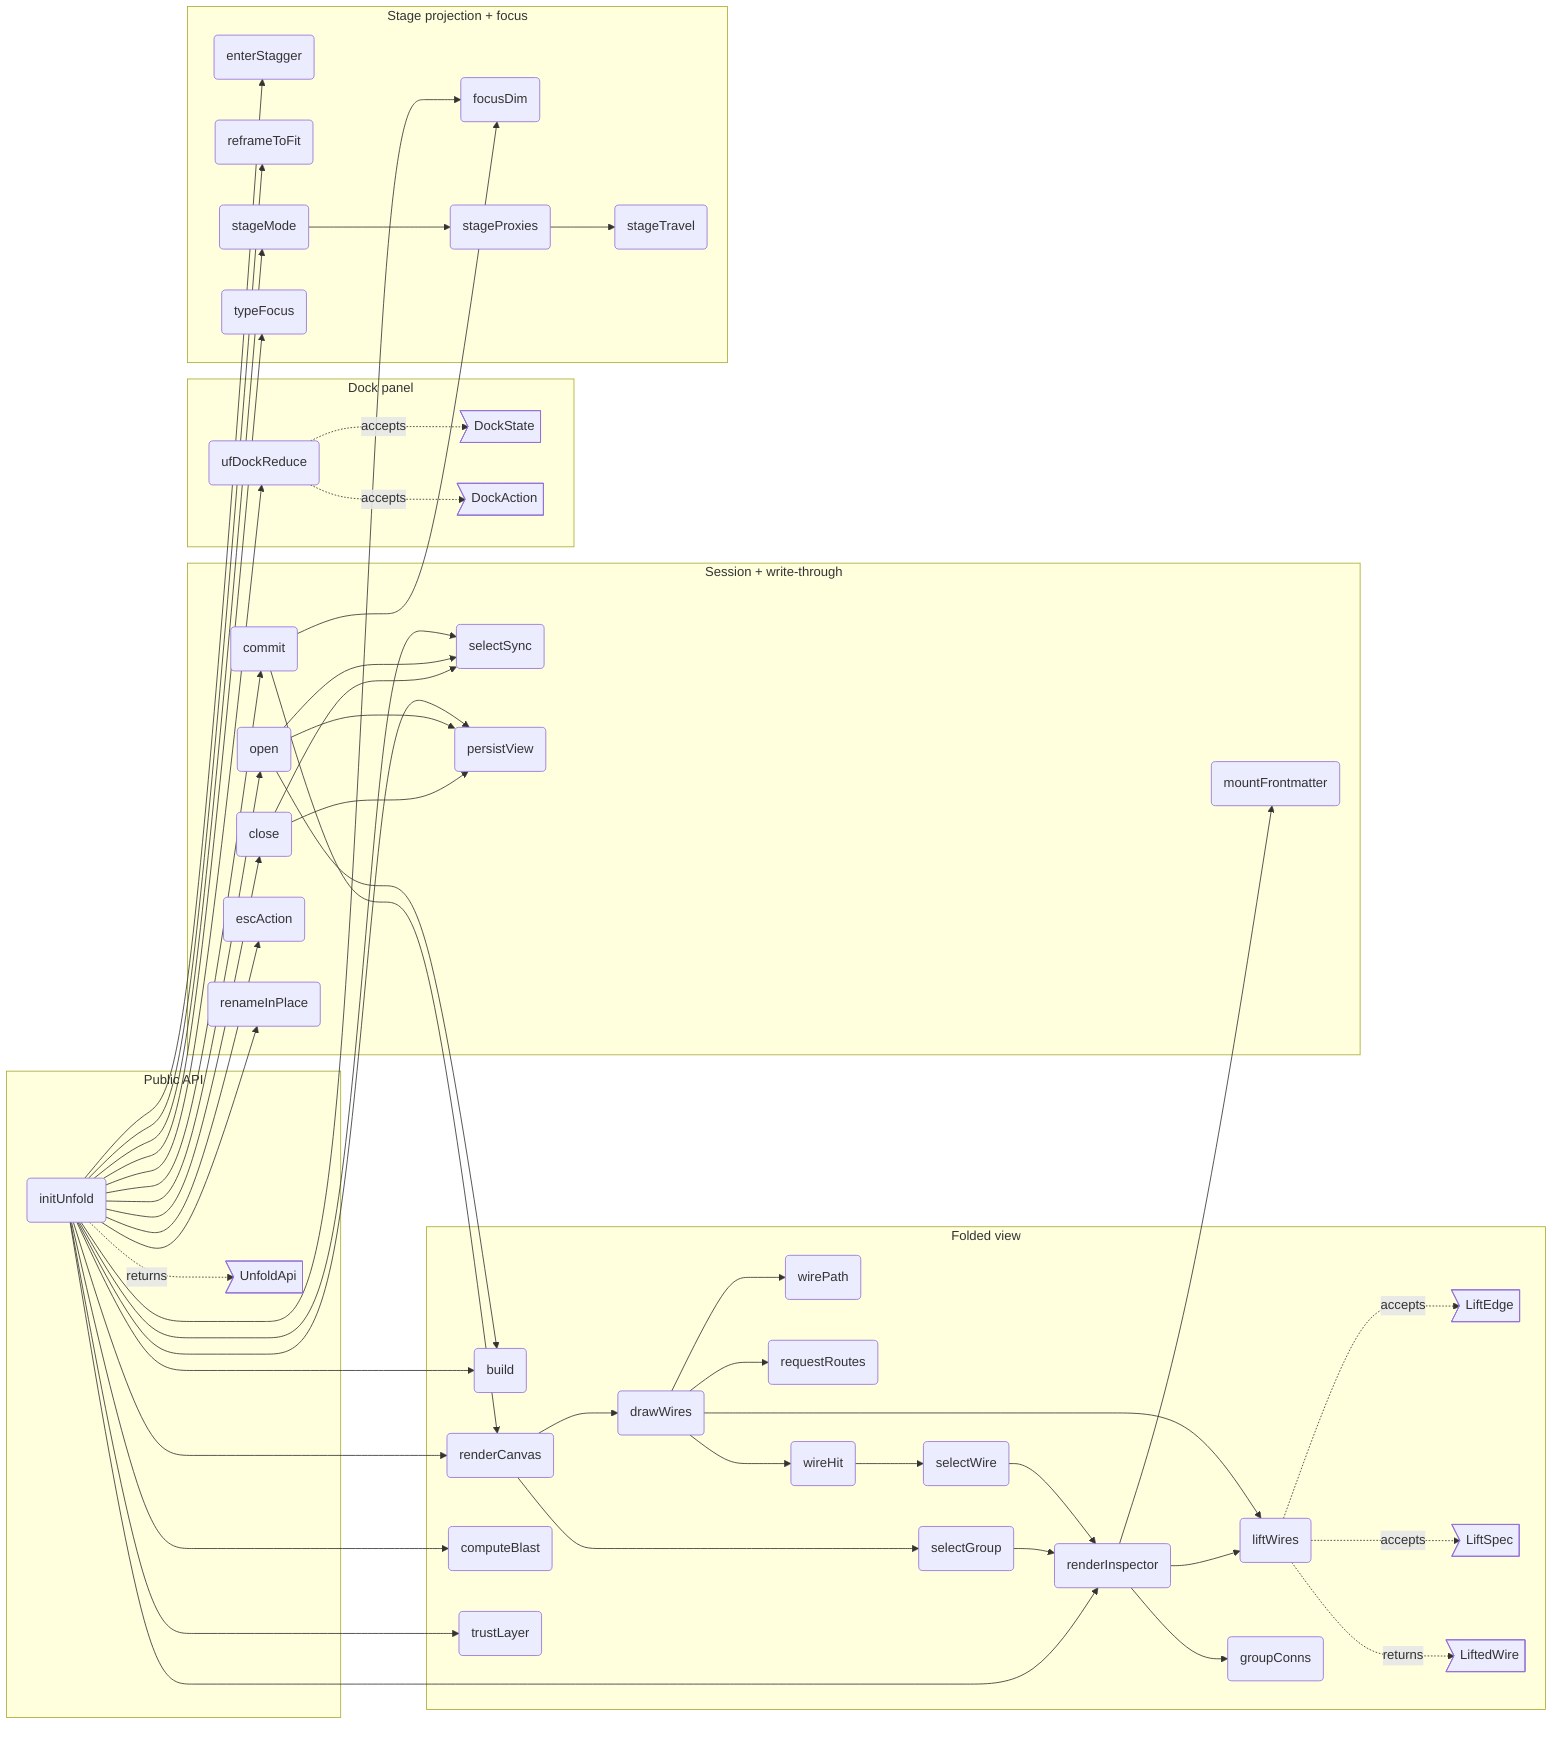
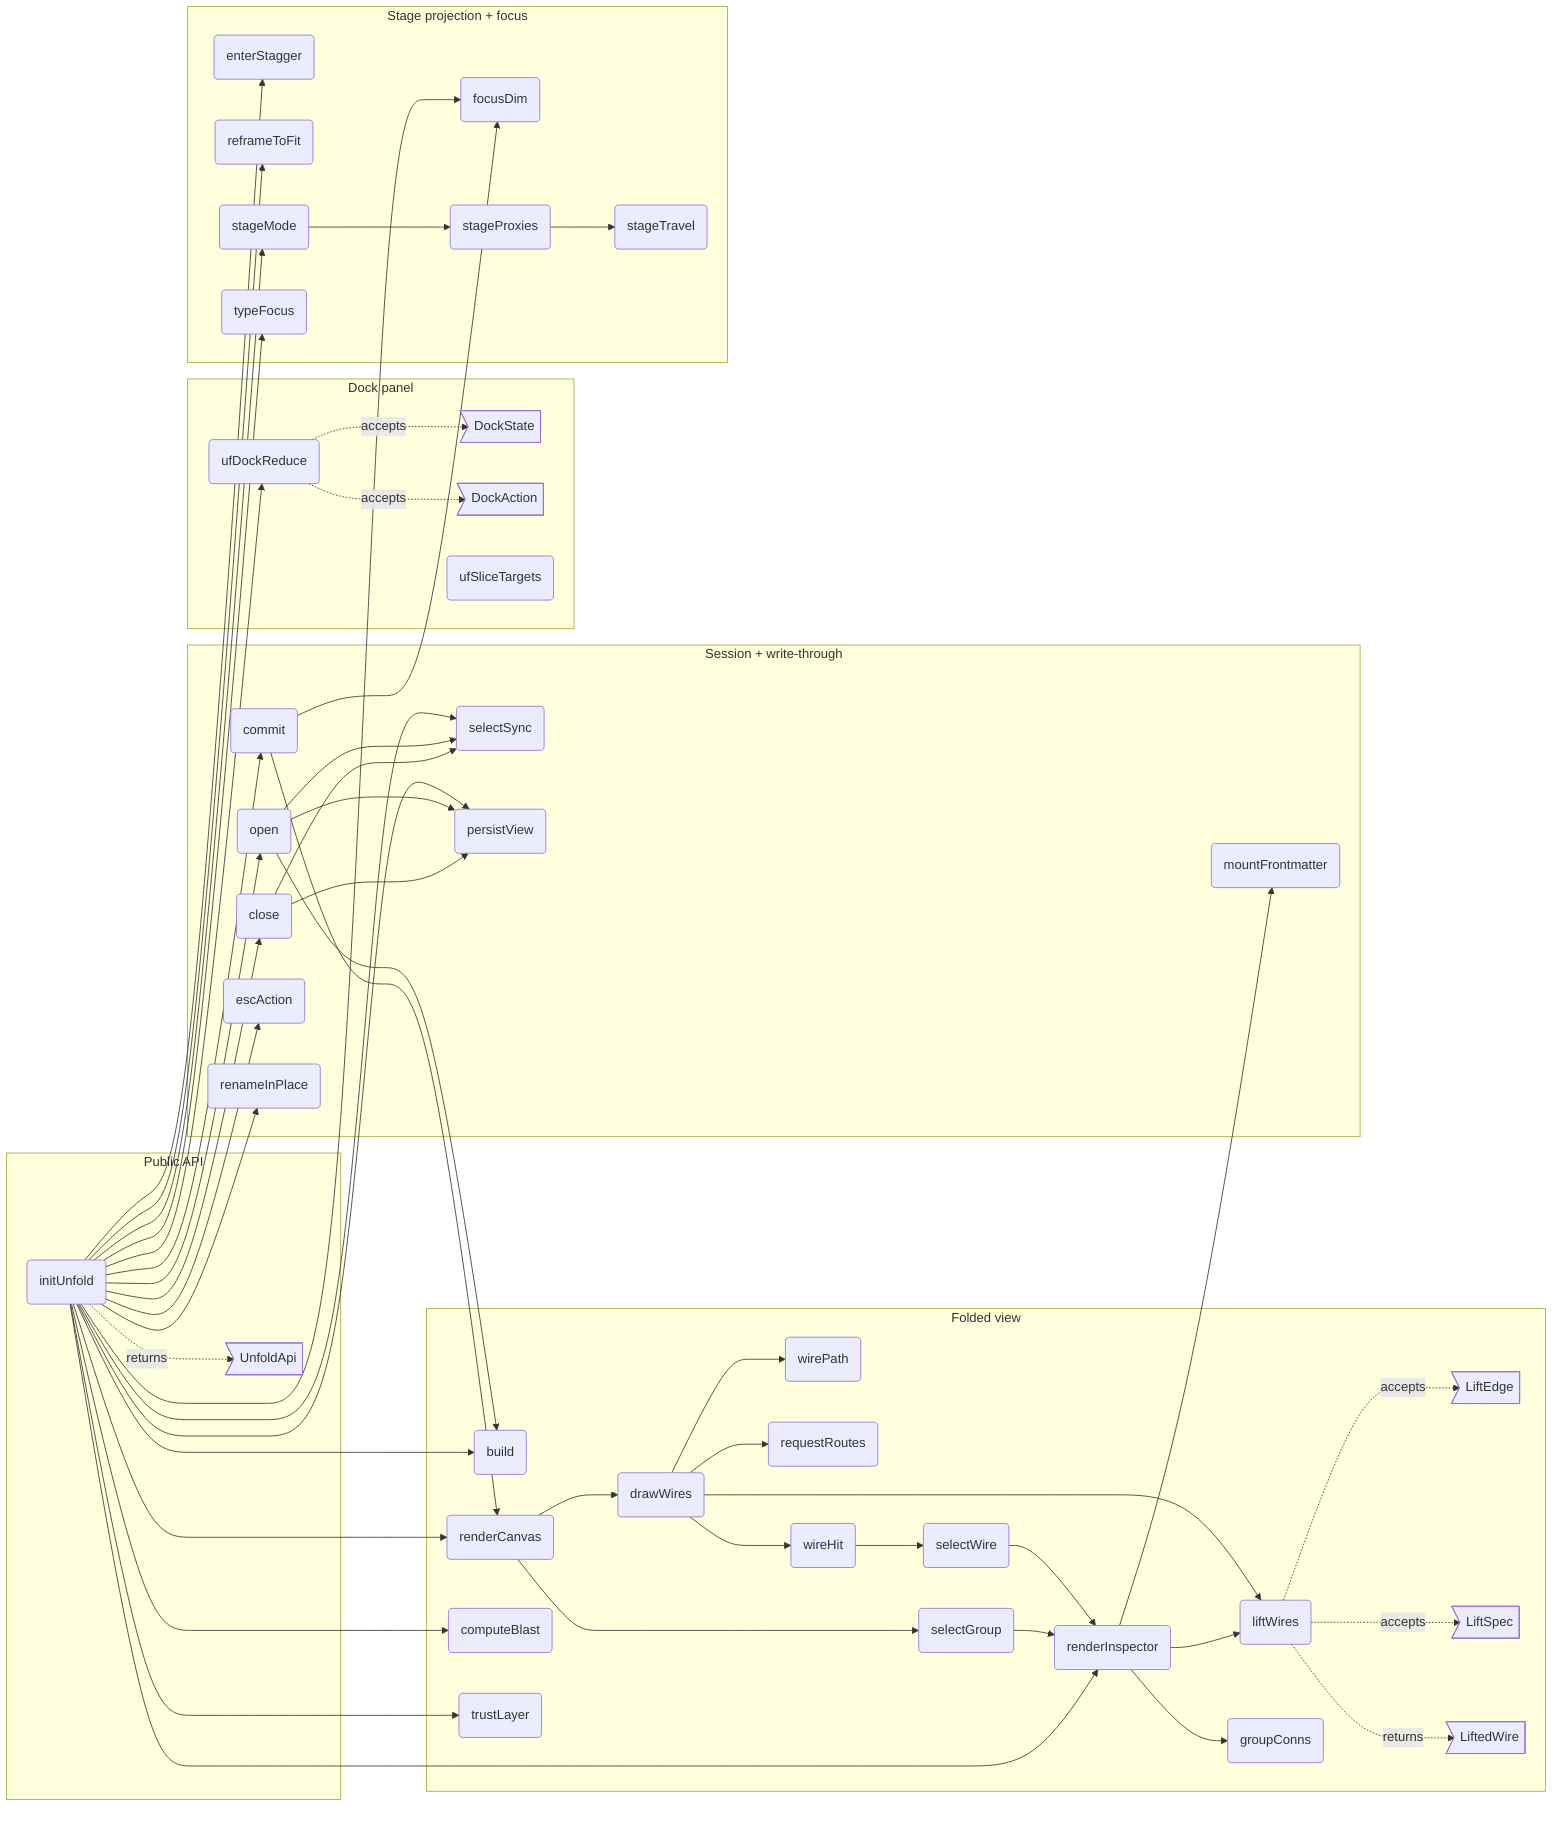
flowchart LR
%% root unfold

%% src UnfoldApi src/panel/unfold.ts#UnfoldApi
%% kind UnfoldApi type
%% fm:meta UnfoldApi name=UnfoldApi
%% fm:meta UnfoldApi desc=public surface: open, close, toggle

%% src initUnfold src/panel/unfold.ts#initUnfold
%% kind initUnfold function
%% fm:meta initUnfold name=initUnfold
%% fm:meta initUnfold desc=build the primary surface (own DOM + own CSS, the planner isolation pattern) bound to ctx; reads ctx.state + ctx.bodies, writes only through the shared hooks path; the dock carries a temporary legacy-compare affordance instead of a ✕ (M4 correction); the panel is a real dock driven by the pure ufDockReduce — tabs (reveal · io · mermaid) anchored at the reveal strip, chevron collapse to a slim rail, left-border drag resize, state persisted under unfold.dock
%% fm:meta initUnfold i0.name=initUnfold
%% fm:meta initUnfold i0.accepts=ctx: AppContext
%% fm:meta initUnfold i0.accepts=deps: { selection: SelectionApi; camera: CameraApi; files: FilesApi; mermaid: MermaidApi }
%% fm:meta initUnfold i0.returns=UnfoldApi

%% src ufBuild src/panel/unfold.ts#build
%% kind ufBuild function
%% fm:meta ufBuild name=build
%% fm:meta ufBuild desc=derive the folded units from ctx.state on every open: live parent wins, else the flowmap mod__rest drill convention; de-dup edges, fan-in
%% fm:meta ufBuild i0.name=build
%% fm:meta ufBuild i0.returns=void

%% src ufRenderCanvas src/panel/unfold.ts#renderCanvas
%% kind ufRenderCanvas function
%% fm:meta ufRenderCanvas name=renderCanvas
%% fm:meta ufRenderCanvas desc=render the containment roots as nested flex cards/groups; only expanded containers show their children
%% fm:meta ufRenderCanvas i0.name=renderCanvas
%% fm:meta ufRenderCanvas i0.returns=void

%% src ufDrawWires src/panel/unfold.ts#drawWires
%% kind ufDrawWires function
%% fm:meta ufDrawWires name=drawWires
%% fm:meta ufDrawWires desc=paint the pure lift decision (ufLiftWires): wires run between sibling anchors under their lowest common container so no wire crosses a foreign group box; concealed counts render as mid-path badges; arrowheads exist only on atomic reveals (selected leaf / exploded wire); hot wires keep the accent + flow grammar; weight ramp, hub fade and hit paths operate on the lifted set
%% fm:meta ufDrawWires i0.name=drawWires
%% fm:meta ufDrawWires i0.returns=void

%% src ufLiftWires src/panel/unfold-lift.ts#ufLiftWires
%% kind ufLiftWires function
%% fm:meta ufLiftWires name=liftWires
%% fm:meta ufLiftWires desc=pure wire-picture decision for the primary surface: every wire lifts to sibling anchors under the lowest common container (never crossing a foreign boundary), concealed endpoints counted for the badge; the lowest selected point sets the travel depth — a selected leaf reveals true wires (atomic, arrowed, hot), a selected container anchors its crossing wires at its own border (hot), a selected wire explodes into its underlying relations; opposite directions merge (weight-majority orientation) since arrowheads exist only on atomic reveals
%% fm:meta ufLiftWires i0.name=ufLiftWires
%% fm:meta ufLiftWires i0.accepts=edges: LiftEdge[]
%% fm:meta ufLiftWires i0.accepts=spec: LiftSpec
%% fm:meta ufLiftWires i0.returns=LiftedWire[]

%% src ufLiftEdge src/panel/unfold-lift.ts#LiftEdge
%% kind ufLiftEdge type
%% fm:meta ufLiftEdge name=LiftEdge
%% fm:meta ufLiftEdge desc=one deduped model edge as the lift decision sees it: endpoints, call/dep flags, weight, optional advisory mark

%% src ufLiftSpec src/panel/unfold-lift.ts#LiftSpec
%% kind ufLiftSpec type
%% fm:meta ufLiftSpec name=LiftSpec
%% fm:meta ufLiftSpec desc=the plain view slice the lift decision reads: containment parents, expanded/hidden, selection (node or container plus wire), wire layers

%% src ufLiftedWire src/panel/unfold-lift.ts#LiftedWire
%% kind ufLiftedWire type
%% fm:meta ufLiftedWire name=LiftedWire
%% fm:meta ufLiftedWire desc=one drawn wire: sibling anchors, summed weight, concealed endpoint count (the badge), atomic (arrowed reveal), hot (selection highlight), advisory, and the underlying model relations
+ 
+ %% src ufSliceTargets src/panel/unfold-slice.ts#ufSliceTargets
+ %% kind ufSliceTargets function
+ %% fm:meta ufSliceTargets name=ufSliceTargets
+ %% fm:meta ufSliceTargets desc=pure mapping from unfold's selection shape to slice target ids: a non-empty selected card/group id wins → [sel]; else a selected wire → its two endpoints deduplicated for a self-loop; else [] meaning full diagram (the legacy no-selection contract); an empty-string sel counts as no selection
+ %% fm:meta ufSliceTargets i0.name=ufSliceTargets
+ %% fm:meta ufSliceTargets i0.accepts=sel: string | null
+ %% fm:meta ufSliceTargets i0.accepts=wire: { a: string; b: string } | null
+ %% fm:meta ufSliceTargets i0.returns=string[]

%% src ufDockReduce src/panel/unfold-dock.ts#ufDockReduce
%% kind ufDockReduce function
%% fm:meta ufDockReduce name=ufDockReduce
%% fm:meta ufDockReduce desc=pure dock-state reducer for the primary surface's panel: DockState { tab, collapsed, width } advances only through actions — setTab selects a known tab and always expands a collapsed panel (unknown or already-active tabs are no-ops), toggleCollapse flips collapsed preserving tab and width, resize rounds and clamps width to [240, 580] and is a no-op while collapsed, load normalizes a persisted raw value falling back per-field to first-tab / expanded / 330; an empty tabs list makes every action a no-op
%% fm:meta ufDockReduce i0.name=ufDockReduce
%% fm:meta ufDockReduce i0.accepts=state: DockState
%% fm:meta ufDockReduce i0.accepts=action: DockAction
%% fm:meta ufDockReduce i0.accepts=tabs: string[]
%% fm:meta ufDockReduce i0.returns=DockState

%% src ufDockState src/panel/unfold-dock.ts#DockState
%% kind ufDockState type
%% fm:meta ufDockState name=DockState
%% fm:meta ufDockState desc=the panel chrome state: active tab, collapsed flag, width in px — the only dock state, persisted whole under unfold.dock

%% src ufDockAction src/panel/unfold-dock.ts#DockAction
%% kind ufDockAction type
%% fm:meta ufDockAction name=DockAction
%% fm:meta ufDockAction desc=discriminated dock action: setTab, toggleCollapse, resize, or load (normalize a persisted raw value)

%% src ufComputeBlast src/panel/unfold.ts#computeBlast
%% kind ufComputeBlast function
%% fm:meta ufComputeBlast name=computeBlast
%% fm:meta ufComputeBlast desc=reverse-BFS the transitive dependents of the selection and map them to visible cards with min hop distance
%% fm:meta ufComputeBlast i0.name=computeBlast
%% fm:meta ufComputeBlast i0.returns=void

%% src ufRenderInspector src/panel/unfold.ts#renderInspector
%% kind ufRenderInspector function
%% fm:meta ufRenderInspector name=renderInspector
%% fm:meta ufRenderInspector desc=empty until selection; then kind, crumbs, desc, interfaces, blast count, connections, and the real source body from ctx.bodies — a selected wire resolves its endpoints and underlying relations through the same pure lift decision the painter draws (ufLiftWires), so the two surfaces cannot disagree
%% fm:meta ufRenderInspector i0.name=renderInspector
%% fm:meta ufRenderInspector i0.returns=void

%% src ufEnterStagger src/panel/unfold.ts#enterStagger
%% kind ufEnterStagger function
%% fm:meta ufEnterStagger name=enterStagger
%% fm:meta ufEnterStagger desc=staggered fade-up entrance for newly-revealed cards (~55ms stagger, ~650ms expo ease); wires draw themselves in only after their cards land
%% fm:meta ufEnterStagger i0.name=enterStagger
%% fm:meta ufEnterStagger i0.returns=void

%% src ufFocusDim src/panel/unfold.ts#focusDim
%% kind ufFocusDim function
%% fm:meta ufFocusDim name=focusDim
%% fm:meta ufFocusDim desc=focus illumination without rebuild: selection glows, 1-hop neighbours stay lit, its wires carry the flow animation, everything else dims
%% fm:meta ufFocusDim i0.name=focusDim
%% fm:meta ufFocusDim i0.returns=void

%% src ufReframe src/panel/unfold.ts#reframeToFit
%% kind ufReframe function
%% fm:meta ufReframe name=reframeToFit
%% fm:meta ufReframe desc=after every structural change the world transform-scales so all visible content fits, animated ~900ms expo ease — the canvas breathes instead of demanding travel
%% fm:meta ufReframe i0.name=reframeToFit
%% fm:meta ufReframe i0.returns=void

%% src ufStageMode src/panel/unfold.ts#stageMode
%% kind ufStageMode function
%% fm:meta ufStageMode name=stageMode
%% fm:meta ufStageMode desc=second projection of the same graph: the focused group renders center-stage at readable size while the explore world blurs and fades behind; exit restores explore state exactly
%% fm:meta ufStageMode i0.name=stageMode
%% fm:meta ufStageMode i0.accepts=gid: string | null
%% fm:meta ufStageMode i0.returns=void

%% src ufProxies src/panel/unfold.ts#stageProxies
%% kind ufProxies function
%% fm:meta ufProxies name=stageProxies
%% fm:meta ufProxies desc=external edges aggregate per target container into pill proxies on a ring; each pill's angle is the TRUE angle between group centroids in ctx.state positions
%% fm:meta ufProxies i0.name=stageProxies
%% fm:meta ufProxies i0.returns=void

%% src ufTravel src/panel/unfold.ts#stageTravel
%% kind ufTravel function
%% fm:meta ufTravel name=stageTravel
%% fm:meta ufTravel desc=peek then travel: the target group slides onto stage FROM its direction; the origin becomes a reciprocal-direction proxy automatically since both derive from the same centroids
%% fm:meta ufTravel i0.name=stageTravel
%% fm:meta ufTravel i0.accepts=target: string
%% fm:meta ufTravel i0.accepts=fromAngle: number
%% fm:meta ufTravel i0.returns=void

%% src ufTypeFocus src/panel/unfold.ts#typeFocus
%% kind ufTypeFocus function
%% fm:meta ufTypeFocus name=typeFocus
%% fm:meta ufTypeFocus desc=click a type in a frontmatter card and every module whose interface carries that type lights across the surface; the inspector lists the carriers, derived from ctx.state
%% fm:meta ufTypeFocus i0.name=typeFocus
%% fm:meta ufTypeFocus i0.accepts=t: string | null
%% fm:meta ufTypeFocus i0.returns=void

%% src ufCommit src/panel/unfold.ts#commit
%% kind ufCommit function
%% fm:meta ufCommit name=commit
%% fm:meta ufCommit desc=the ONLY view-mutation entry (M3): apply the pure reduceView to the spec, install the result frozen, then paint the per-action render subset — no handler touches view state or the DOM directly
%% fm:meta ufCommit i0.name=commit
%% fm:meta ufCommit i0.accepts=a: ViewAction
%% fm:meta ufCommit i0.returns=void

%% src ufSelectSync src/panel/unfold.ts#selectSync
%% kind ufSelectSync function
%% fm:meta ufSelectSync name=selectSync
%% fm:meta ufSelectSync desc=selection survives the mode boundary: seed SEL from the editor selection on open; hand the reading selection back (selectOnly + zoomToNode via deps) on close — no new state, one shared selection
%% fm:meta ufSelectSync i0.name=selectSync
%% fm:meta ufSelectSync i0.accepts=dir: 'open' | 'close'
%% fm:meta ufSelectSync i0.returns=void

%% src ufPersistView src/panel/unfold.ts#persistView
%% kind ufPersistView function
%% fm:meta ufPersistView name=persistView
%% fm:meta ufPersistView desc=the reading session persists per diagram (sorted containment roots as identity) as the full v1 ViewSpec; load goes through normalizeViewSpec and applies the durable trio (expanded/hidden/layers) — a pre-M3 stored entry is a valid subset, migration is branch-free
%% fm:meta ufPersistView i0.name=persistView
%% fm:meta ufPersistView i0.accepts=dir: 'save' | 'load'
%% fm:meta ufPersistView i0.returns=void

%% src ufOpen src/panel/unfold.ts#open
%% kind ufOpen function
%% fm:meta ufOpen name=open
%% fm:meta ufOpen desc=enter the primary surface: rebuild units from ctx.state, restore the per-diagram ViewSpec, sync selection in, show the overlay — no surface choice is recorded, unfold is home (M4 correction)
%% fm:meta ufOpen i0.name=open
%% fm:meta ufOpen i0.returns=void

%% src ufClose src/panel/unfold.ts#close
%% kind ufClose function
%% fm:meta ufClose name=close
%% fm:meta ufClose desc=leave unfold for the legacy-compare view (temporary, until M5 parity deletes the canvas): save the ViewSpec, hand the selection back, hide the overlay — invoked ONLY by the explicit compare affordance; no surface choice is recorded, no ✕ and no Esc route here (M4 correction)
%% fm:meta ufClose i0.name=close
%% fm:meta ufClose i0.returns=void

%% src ufEscAction src/panel/unfold-esc.ts#ufEscAction
%% kind ufEscAction function
%% fm:meta ufEscAction name=escAction
%% fm:meta ufEscAction desc=pure Esc-chain decision for the primary surface: priority order focusType > selWire > stage > sel > query, and 'none' at the bottom — Escape never exits unfold (the old close() branch is gone by design, M4 correction)
%% fm:meta ufEscAction i0.name=ufEscAction
%% fm:meta ufEscAction i0.accepts=s: { focusType: boolean; selWire: boolean; stage: boolean; sel: boolean; query: boolean }
%% fm:meta ufEscAction i0.returns='clearTypeFocus' | 'deselectWire' | 'exitStage' | 'selectGroup' | 'clearQuery' | 'none'

%% src ufTrustLayer src/panel/unfold.ts#trustLayer
%% kind ufTrustLayer function
%% fm:meta ufTrustLayer name=trustLayer
%% fm:meta ufTrustLayer desc=trust layer with an OPTIONAL advisory source: same-origin edge-advisory-allowlist.txt when present, a Load button otherwise; absent source = layer disabled, never wrong — advisory edges dash amber, advisory descs are marked
%% fm:meta ufTrustLayer i0.name=trustLayer
%% fm:meta ufTrustLayer i0.returns=void

%% src ufWirePath src/panel/unfold.ts#wirePath
%% kind ufWirePath function
%% fm:meta ufWirePath name=wirePath
%% fm:meta ufWirePath desc=one wire geometry, not two: reading-mode wires from the app's real port-side geometry (core/state portPos + bestSides) and the render/wires elbow path — replaces the local orthoPath
%% fm:meta ufWirePath i0.name=wirePath
%% fm:meta ufWirePath i0.accepts=a: Box
%% fm:meta ufWirePath i0.accepts=b: Box
%% fm:meta ufWirePath i0.returns=string

%% src ufRequestRoutes src/panel/unfold.ts#requestRoutes
%% kind ufRequestRoutes function
%% fm:meta ufRequestRoutes name=requestRoutes
%% fm:meta ufRequestRoutes desc=obstacle-avoided routes for the lifted wire picture via the shared libavoid worker (render/avoidRouter routeGraph), one call per containment scope: sibling cards AND group boxes are the obstacles for that scope's lifted wires, while atomic reveals route against cards only; elbows paint first, routed polylines upgrade in place; a layout signature drops stale replies
%% fm:meta ufRequestRoutes i0.name=requestRoutes
%% fm:meta ufRequestRoutes i0.accepts=pos: Record<string, Box>
%% fm:meta ufRequestRoutes i0.accepts=wires: LiftedWire[]
%% fm:meta ufRequestRoutes i0.returns=void

%% src ufSelectWire src/panel/unfold.ts#selectWire
%% kind ufSelectWire function
%% fm:meta ufSelectWire name=selectWire
%% fm:meta ufSelectWire desc=a wire is a first-class selectable (legacy-editor parity): select an aggregated wire by its rendered rep pair, clearing node/type focus; re-click deselects; the inspector shows endpoints, kind, weight and every underlying model relation
%% fm:meta ufSelectWire i0.name=selectWire
%% fm:meta ufSelectWire i0.accepts=a: string
%% fm:meta ufSelectWire i0.accepts=b: string
%% fm:meta ufSelectWire i0.returns=void

%% src ufWireHit src/panel/unfold.ts#wireHit
%% kind ufWireHit function
%% fm:meta ufWireHit name=wireHit
%% fm:meta ufWireHit desc=append an invisible wide hit path over a drawn wire in either projection: click selects the wire, hover pre-lights it — excluded from stage panning so pointer capture never eats the click
%% fm:meta ufWireHit i0.name=wireHit
%% fm:meta ufWireHit i0.accepts=vis: SVGPathElement
%% fm:meta ufWireHit i0.accepts=d: string
%% fm:meta ufWireHit i0.accepts=a: string
%% fm:meta ufWireHit i0.accepts=b: string
%% fm:meta ufWireHit i0.accepts=host: SVGSVGElement
%% fm:meta ufWireHit i0.returns=void

%% src ufSelectGroup src/panel/unfold.ts#selectGroup
%% kind ufSelectGroup function
%% fm:meta ufSelectGroup name=selectGroup
%% fm:meta ufSelectGroup desc=a group is a first-class selectable (U6): select + inspect, never stage (U8 deferred) — clears wire/type focus, relights, re-renders tree + inspector in either projection
%% fm:meta ufSelectGroup i0.name=selectGroup
%% fm:meta ufSelectGroup i0.accepts=id: string
%% fm:meta ufSelectGroup i0.returns=void

%% src ufGroupConns src/panel/unfold.ts#groupConns
%% kind ufGroupConns function
%% fm:meta ufGroupConns name=groupConns
%% fm:meta ufGroupConns desc=external connections of a container: every edge with exactly one endpoint inside the subtree, aggregated to the coarsest foreign container and weight-summed — the same aggregation grammar as the stage pills
%% fm:meta ufGroupConns i0.name=groupConns
%% fm:meta ufGroupConns i0.accepts=id: string
%% fm:meta ufGroupConns i0.returns={ uses: [string, number][]; usedBy: [string, number][] }

%% src ufRenameInPlace src/panel/unfold.ts#renameInPlace
%% kind ufRenameInPlace function
%% fm:meta ufRenameInPlace name=renameInPlace
%% fm:meta ufRenameInPlace desc=inline rename on the selected card (Enter / double-click on selected), writing through the existing model path — mutate ctx.state then hooks render + sync + pushHistory + persist, never a private write path
%% fm:meta ufRenameInPlace i0.name=renameInPlace
%% fm:meta ufRenameInPlace i0.accepts=id: string
%% fm:meta ufRenameInPlace i0.returns=void

%% src ufMountFrontmatter src/panel/unfold.ts#mountFrontmatter
%% kind ufMountFrontmatter function
%% fm:meta ufMountFrontmatter name=mountFrontmatter
%% fm:meta ufMountFrontmatter desc=mount the app's frontmatter editor (panel/inspector-frontmatter) for the selected node inside the reading inspector — the same hooks write path as renameInPlace; commits re-derive the folded view
%% fm:meta ufMountFrontmatter i0.name=mountFrontmatter
%% fm:meta ufMountFrontmatter i0.accepts=host: HTMLElement
%% fm:meta ufMountFrontmatter i0.accepts=id: string
%% fm:meta ufMountFrontmatter i0.returns=void

%% parent uf_api unfold
%% parent uf_view unfold
%% parent uf_stage unfold
%% parent uf_session unfold
%% parent uf_dock unfold

  subgraph uf_api ["Public API"]
    initUnfold("initUnfold")
    UnfoldApi>"UnfoldApi"]
  end
  subgraph uf_dock ["Dock panel"]
    ufDockReduce("ufDockReduce")
    ufDockState>"DockState"]
    ufDockAction>"DockAction"]
+     ufSliceTargets("ufSliceTargets")
  end
  subgraph uf_view ["Folded view"]
    ufBuild("build")
    ufRenderCanvas("renderCanvas")
    ufDrawWires("drawWires")
    ufLiftWires("liftWires")
    ufLiftEdge>"LiftEdge"]
    ufLiftSpec>"LiftSpec"]
    ufLiftedWire>"LiftedWire"]
    ufWirePath("wirePath")
    ufRequestRoutes("requestRoutes")
    ufWireHit("wireHit")
    ufSelectWire("selectWire")
    ufSelectGroup("selectGroup")
    ufGroupConns("groupConns")
    ufComputeBlast("computeBlast")
    ufRenderInspector("renderInspector")
    ufTrustLayer("trustLayer")
  end
  subgraph uf_session ["Session + write-through"]
    ufCommit("commit")
    ufOpen("open")
    ufClose("close")
    ufEscAction("escAction")
    ufSelectSync("selectSync")
    ufPersistView("persistView")
    ufRenameInPlace("renameInPlace")
    ufMountFrontmatter("mountFrontmatter")
  end
  subgraph uf_stage ["Stage projection + focus"]
    ufEnterStagger("enterStagger")
    ufFocusDim("focusDim")
    ufReframe("reframeToFit")
    ufStageMode("stageMode")
    ufProxies("stageProxies")
    ufTravel("stageTravel")
    ufTypeFocus("typeFocus")
  end

  initUnfold -.->|returns| UnfoldApi
  initUnfold --> ufBuild
  initUnfold --> ufRenderCanvas
  ufRenderCanvas --> ufDrawWires
  ufDrawWires --> ufLiftWires
  ufLiftWires -.->|accepts| ufLiftEdge
  ufLiftWires -.->|accepts| ufLiftSpec
  ufLiftWires -.->|returns| ufLiftedWire
  ufDrawWires --> ufWirePath
  ufDrawWires --> ufRequestRoutes
  ufDrawWires --> ufWireHit
  ufWireHit --> ufSelectWire
  ufSelectWire --> ufRenderInspector
  ufRenderInspector --> ufLiftWires
  ufRenderCanvas --> ufSelectGroup
  ufSelectGroup --> ufRenderInspector
  ufRenderInspector --> ufGroupConns
  initUnfold --> ufComputeBlast
  initUnfold --> ufRenderInspector
  initUnfold --> ufTrustLayer
  initUnfold --> ufCommit
  ufCommit --> ufRenderCanvas
  ufCommit --> ufFocusDim
  initUnfold --> ufSelectSync
  initUnfold --> ufPersistView
  initUnfold --> ufOpen
  initUnfold --> ufClose
  ufOpen --> ufBuild
  ufOpen --> ufPersistView
  ufOpen --> ufSelectSync
  ufClose --> ufPersistView
  ufClose --> ufSelectSync
  initUnfold --> ufRenameInPlace
  ufRenderInspector --> ufMountFrontmatter
  initUnfold --> ufEnterStagger
  initUnfold --> ufFocusDim
  initUnfold --> ufReframe
  initUnfold --> ufTypeFocus
  initUnfold --> ufStageMode
  ufStageMode --> ufProxies
  ufProxies --> ufTravel
  initUnfold --> ufEscAction
  initUnfold --> ufDockReduce
  ufDockReduce -.->|accepts| ufDockState
  ufDockReduce -.->|accepts| ufDockAction
